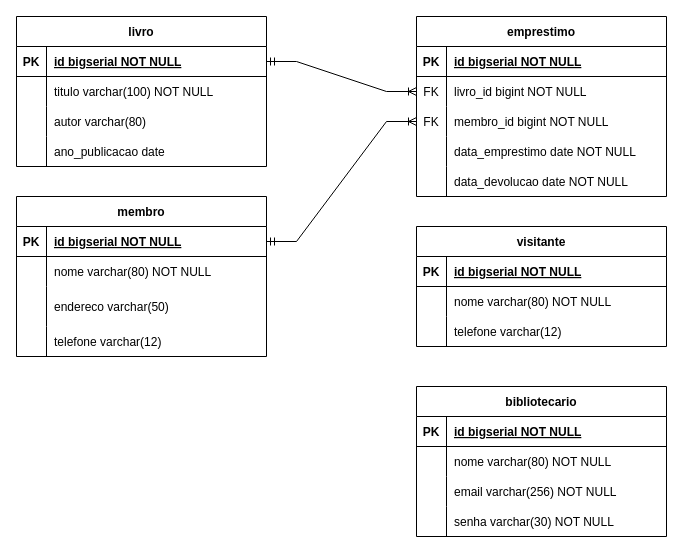
joaoxn/fullstack-m1-semana-9 keeps this draw.io diagram as semana9.drawio. Above is the earlier version. Source tidied: cells renumbered, new cells numbered last; positions are measured from the earlier drawing's top-left corner, leaving out a move shared by most shapes. Both pictures are drawn from the tidied source at 100%, with x=0, y=0 at pixel (16, 16).
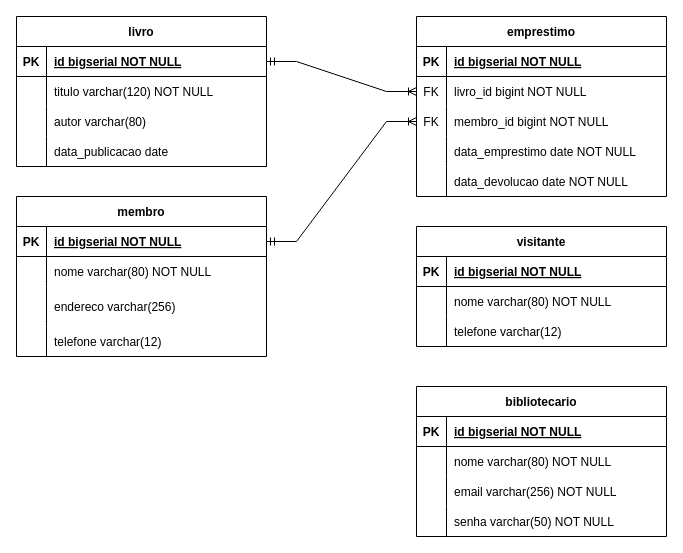
The same page after the edit.

Unchanged cells that the change refers to:
```xml
<mxCell id="22" style="shape=partialRectangle;fillColor=none;top=0;left=0;right=0;bottom=0;" parent="18" vertex="1">
  <mxGeometry y="60" width="250" height="30" as="geometry" />
</mxCell>
<mxCell id="28" style="shape=partialRectangle;fillColor=none;top=0;left=0;right=0;bottom=0;" parent="18" vertex="1">
  <mxGeometry y="120" width="250" height="30" as="geometry" />
</mxCell>
<mxCell id="38" style="shape=partialRectangle;fillColor=none;top=0;left=0;right=0;bottom=0;" parent="31" vertex="1">
  <mxGeometry y="90" width="250" height="40" as="geometry" />
</mxCell>
<mxCell id="54" style="shape=partialRectangle;fillColor=none;top=0;left=0;right=0;bottom=0;" parent="44" vertex="1">
  <mxGeometry y="120" width="250" height="30" as="geometry" />
</mxCell>
```

Change to the diagram source:
```diff
@@
-    <mxCell id="24" value="titulo varchar(100) NOT NULL" style="shape=partialRectangle;overflow=hidden;fillColor=none;top=0;left=0;bottom=0;right=0;align=left;spacingLeft=6;" parent="22" vertex="1">
+    <mxCell id="24" value="titulo varchar(120) NOT NULL" style="shape=partialRectangle;overflow=hidden;fillColor=none;top=0;left=0;bottom=0;right=0;align=left;spacingLeft=6;" parent="22" vertex="1">
       <mxGeometry x="30" width="220" height="30" as="geometry" />
     </mxCell>
@@
-    <mxCell id="30" value="ano_publicacao date" style="shape=partialRectangle;overflow=hidden;fillColor=none;top=0;left=0;bottom=0;right=0;align=left;spacingLeft=6;" parent="28" vertex="1">
+    <mxCell id="30" value="data_publicacao date" style="shape=partialRectangle;overflow=hidden;fillColor=none;top=0;left=0;bottom=0;right=0;align=left;spacingLeft=6;" parent="28" vertex="1">
       <mxGeometry x="30" width="220" height="30" as="geometry" />
     </mxCell>
@@
-    <mxCell id="40" value="endereco varchar(50)" style="shape=partialRectangle;overflow=hidden;fillColor=none;top=0;left=0;bottom=0;right=0;align=left;spacingLeft=6;" parent="38" vertex="1">
+    <mxCell id="40" value="endereco varchar(256)" style="shape=partialRectangle;overflow=hidden;fillColor=none;top=0;left=0;bottom=0;right=0;align=left;spacingLeft=6;" parent="38" vertex="1">
       <mxGeometry x="30" width="220" height="40" as="geometry" />
     </mxCell>
@@
-    <mxCell id="56" value="senha varchar(30) NOT NULL" style="shape=partialRectangle;overflow=hidden;fillColor=none;top=0;left=0;bottom=0;right=0;align=left;spacingLeft=6;" parent="54" vertex="1">
+    <mxCell id="56" value="senha varchar(50) NOT NULL" style="shape=partialRectangle;overflow=hidden;fillColor=none;top=0;left=0;bottom=0;right=0;align=left;spacingLeft=6;" parent="54" vertex="1">
       <mxGeometry x="30" width="220" height="30" as="geometry" />
     </mxCell>
```
